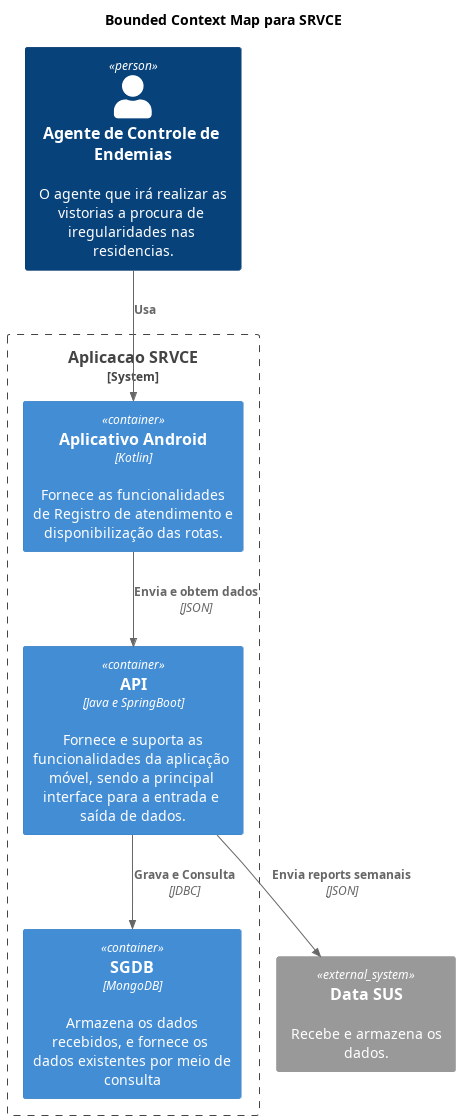
Before: TCC/SRVCE-PlantUML/out/src/1 SRVCE/bounded_context/bounded_context.png, a diagram exported from PlantUML (andredias20/MR-Disciplinas-TSI). The source it was exported from:
```plantuml
@startuml
!include https://raw.githubusercontent.com/adrianvlupu/C4-PlantUML/latest/C4_Container.puml

title Bounded Context Map para SRVCE

Person(ace, "Agente de Controle de Endemias", "O agente que irá realizar as vistorias a procura de iregularidades nas residencias.")

System_Boundary(srvce, "Aplicacao SRVCE"){
    Container(aa, "Aplicativo Android", "Kotlin", "Fornece as funcionalidades de Registro de atendimento e disponibilização das rotas.")

    Container(api, "API", "Java e SpringBoot", "Fornece e suporta as funcionalidades da aplicação móvel, sendo a principal interface para a entrada e saída de dados.")

    Container(db, "SGDB", "MongoDB", "Armazena os dados recebidos, e fornece os dados existentes por meio de consulta")

    Rel(aa, api, "Envia e obtem dados", "JSON")
    Rel(api, db, "Grava e Consulta", "JDBC")

}
System_Ext(sus, "Data SUS", "Recebe e armazena os dados.")

Rel(ace, aa, "Usa")
Rel(api, sus, "Envia reports semanais", "JSON")

@enduml
```
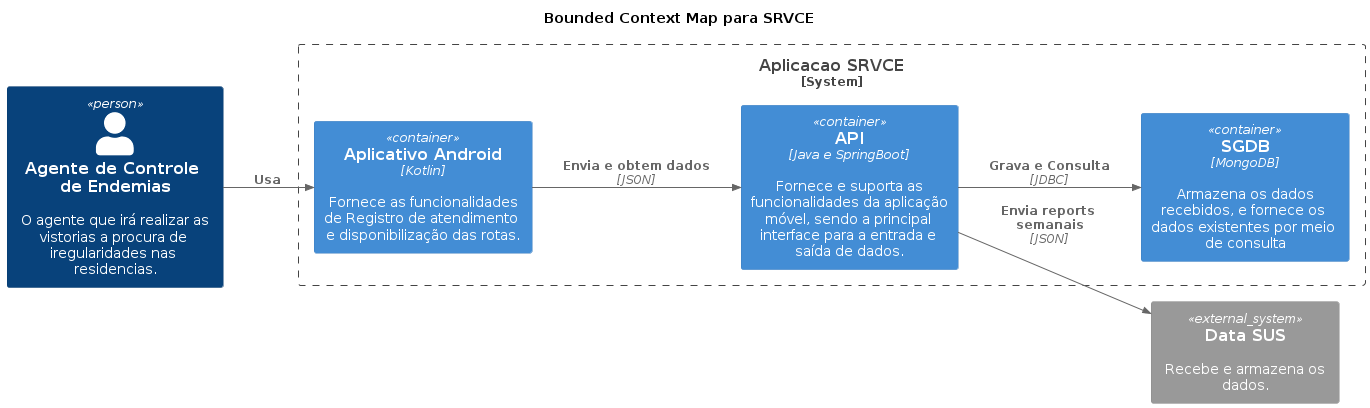
Above is the later version.

The edit, as a diff of the source:
```diff
@@ -1,5 +1,7 @@
 @startuml
 !include https://raw.githubusercontent.com/adrianvlupu/C4-PlantUML/latest/C4_Container.puml
+
+LAYOUT_LEFT_RIGHT()
 
 title Bounded Context Map para SRVCE
 
```
